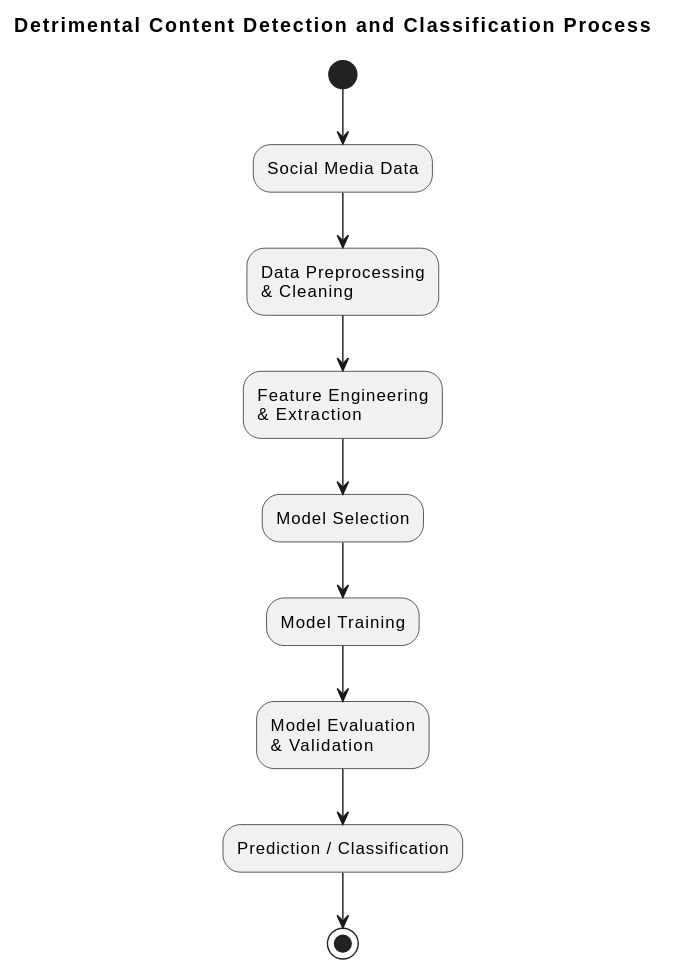
The PlantUML diagram reports/figures/classification_process.svg in Takosaga/master_thesis, before a commit.
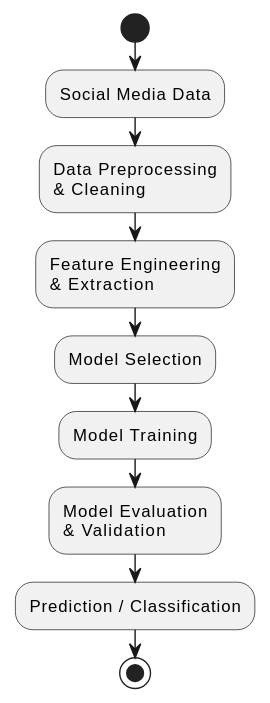
After the change.

Diff of the diagram source:
```diff
@@ -1,12 +1,12 @@
 @startuml
-title Detrimental Content Detection and Classification Process
+start
+:Social Media Data;
+:Data Preprocessing\n& Cleaning;
+:Feature Engineering\n& Extraction;
+:Model Selection;
+:Model Training;
+:Model Evaluation\n& Validation;
+:Prediction / Classification;
 
-(*) --> "Social Media Data"
---> "Data Preprocessing\n& Cleaning"
---> "Feature Engineering\n& Extraction"
---> "Model Selection"
---> "Model Training"
---> "Model Evaluation\n& Validation"
---> "Prediction / Classification"
---> (*)
+stop
 @enduml
```
